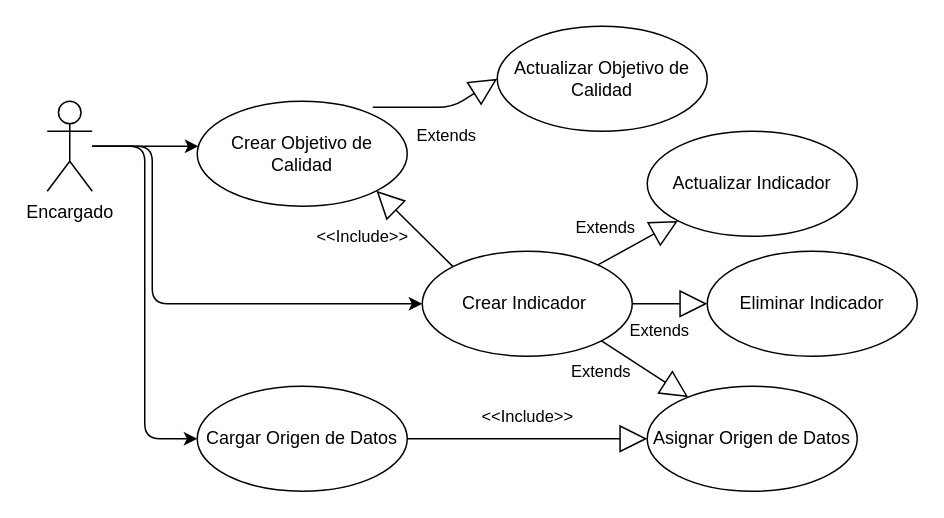
Above: page "Page-5" (5 of 7) of usecase.drawio in duvanbarros/hello-world (draw.io), before the change. Source tidied: cells renumbered, new cells numbered last; positions are measured from the earlier drawing's top-left corner, leaving out a move shared by most shapes. Both pictures are drawn from the tidied source at 150%, with x=0, y=0 at pixel (46, 26).
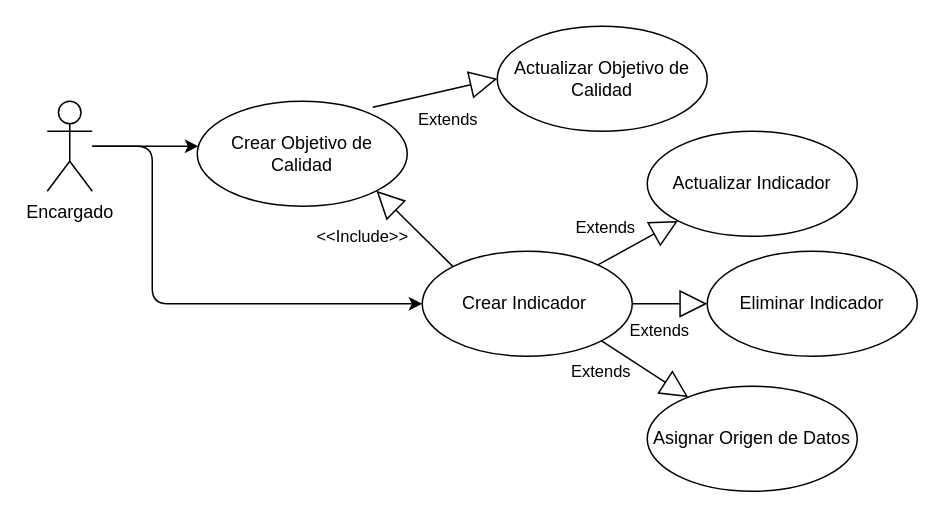
After the change.

Unchanged cells that the change refers to:
```xml
<mxCell id="5" value="Encargado" style="shape=umlActor;verticalLabelPosition=bottom;verticalAlign=top;html=1;outlineConnect=0;" parent="1" vertex="1">
  <mxGeometry y="50" width="30" height="60" as="geometry" />
</mxCell>
<mxCell id="6" value="Crear Objetivo de Calidad" style="ellipse;whiteSpace=wrap;html=1;" parent="1" vertex="1">
  <mxGeometry x="100" y="50" width="140" height="70" as="geometry" />
</mxCell>
<mxCell id="7" value="Actualizar Objetivo de Calidad" style="ellipse;whiteSpace=wrap;html=1;" parent="1" vertex="1">
  <mxGeometry x="300" width="140" height="70" as="geometry" />
</mxCell>
<mxCell id="16" value="Asignar Origen de Datos" style="ellipse;whiteSpace=wrap;html=1;" parent="1" vertex="1">
  <mxGeometry x="400" y="240" width="140" height="70" as="geometry" />
</mxCell>
```

Diff of the diagram source:
```diff
@@
-    <mxCell id="4" style="edgeStyle=orthogonalEdgeStyle;rounded=1;jettySize=auto;html=1;entryX=0;entryY=0.5;entryDx=0;entryDy=0;strokeColor=default;" parent="1" edge="1" source="5" target="10">
-      <mxGeometry relative="1" as="geometry" />
-    </mxCell>
@@
-    <mxCell id="10" value="Cargar Origen de Datos" style="ellipse;whiteSpace=wrap;html=1;" parent="1" vertex="1">
-      <mxGeometry x="100" y="240" width="140" height="70" as="geometry" />
-    </mxCell>
     <mxCell id="11" value="Extends" style="endArrow=block;endSize=16;endFill=0;html=1;strokeColor=default;exitX=0.836;exitY=0.057;exitDx=0;exitDy=0;entryX=0;entryY=0.5;entryDx=0;entryDy=0;exitPerimeter=0;rounded=1;" parent="1" edge="1" source="6" target="7">
       <mxGeometry x="0.08" y="-19" relative="1" as="geometry">
-        <Array as="points">
-          <mxPoint x="270" y="54" />
-        </Array>
         <mxPoint x="1" as="offset" />
       </mxGeometry>
     </mxCell>
@@
-    <mxCell id="18" value="&amp;lt;&amp;lt;Include&amp;gt;&amp;gt;" style="endArrow=block;endSize=16;endFill=0;html=1;rounded=0;strokeColor=default;exitX=1;exitY=0.5;exitDx=0;exitDy=0;entryX=0;entryY=0.5;entryDx=0;entryDy=0;" parent="1" edge="1" source="10" target="16">
-      <mxGeometry y="15" relative="1" as="geometry" />
-    </mxCell>
```
